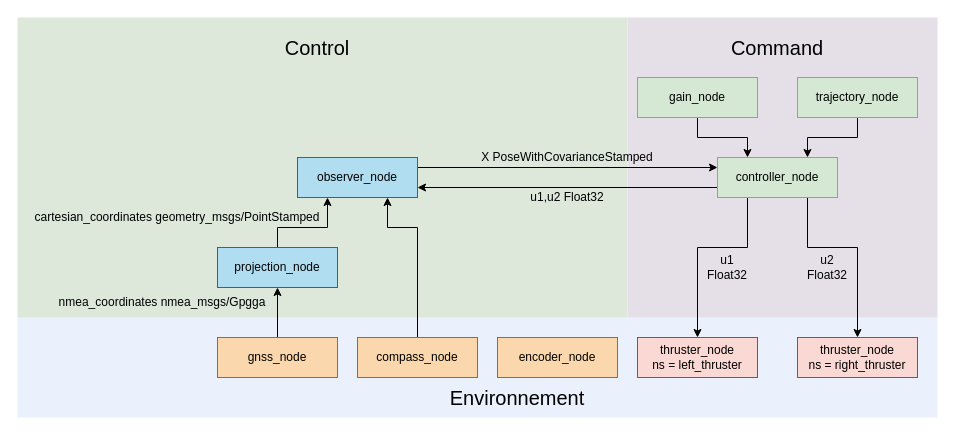
The draw.io diagram doc/DDBot.drawio in Jules-Berhault/ddbot, before the edit. Source tidied: cells renumbered, new cells numbered last; positions are measured from the earlier drawing's top-left corner, leaving out a move shared by most shapes. Both pictures are drawn from the tidied source at 100%, with x=0, y=0 at pixel (17, 17).
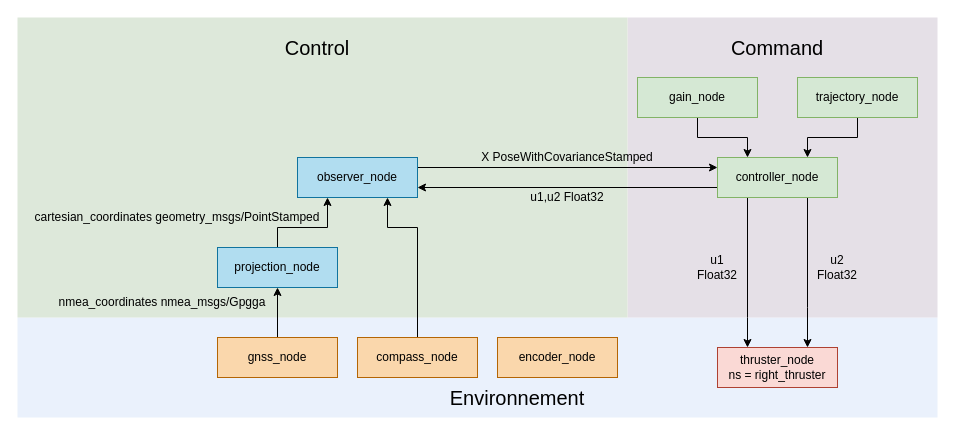
Above is the later version.

The change refers to these unchanged cells:
```xml
<mxCell id="18" value="controller_node" style="rounded=0;whiteSpace=wrap;html=1;fillColor=#d5e8d4;strokeColor=#82b366;" parent="1" vertex="1">
  <mxGeometry x="700" y="140" width="120" height="40" as="geometry" />
</mxCell>
```

Change to the diagram source:
```diff
@@
-    <mxCell id="9" value="thruster_node&lt;br&gt;ns = left_thruster" style="rounded=0;whiteSpace=wrap;html=1;fillColor=#fad9d5;strokeColor=#ae4132;" parent="1" vertex="1">
-      <mxGeometry x="620" y="320" width="120" height="40" as="geometry" />
-    </mxCell>
     <mxCell id="10" value="thruster_node&lt;br&gt;ns = right_thruster" style="rounded=0;whiteSpace=wrap;html=1;fillColor=#fad9d5;strokeColor=#ae4132;" parent="1" vertex="1">
-      <mxGeometry x="780" y="320" width="120" height="40" as="geometry" />
+      <mxGeometry x="700" y="330" width="120" height="40" as="geometry" />
     </mxCell>
@@
-    <mxCell id="15" style="edgeStyle=orthogonalEdgeStyle;rounded=0;jettySize=auto;html=1;exitX=0.25;exitY=1;exitDx=0;exitDy=0;entryX=0.5;entryY=0;entryDx=0;entryDy=0;" parent="1" edge="1" source="18" target="9">
+    <mxCell id="15" style="edgeStyle=orthogonalEdgeStyle;rounded=0;jettySize=auto;html=1;exitX=0.25;exitY=1;exitDx=0;exitDy=0;entryX=0.25;entryY=0;entryDx=0;entryDy=0;" parent="1" edge="1" source="18" target="10">
       <mxGeometry relative="1" as="geometry">
         <Array as="points">
-          <mxPoint x="730" y="230" />
-          <mxPoint x="680" y="230" />
+          <mxPoint x="730" y="300" />
+          <mxPoint x="730" y="300" />
         </Array>
       </mxGeometry>
     </mxCell>
-    <mxCell id="16" style="edgeStyle=orthogonalEdgeStyle;rounded=0;jettySize=auto;html=1;exitX=0.75;exitY=1;exitDx=0;exitDy=0;entryX=0.5;entryY=0;entryDx=0;entryDy=0;" parent="1" edge="1" source="18" target="10">
+    <mxCell id="16" style="edgeStyle=orthogonalEdgeStyle;rounded=0;jettySize=auto;html=1;exitX=0.75;exitY=1;exitDx=0;exitDy=0;entryX=0.75;entryY=0;entryDx=0;entryDy=0;" parent="1" edge="1" source="18" target="10">
       <mxGeometry relative="1" as="geometry">
         <Array as="points">
-          <mxPoint x="790" y="230" />
-          <mxPoint x="840" y="230" />
+          <mxPoint x="790" y="290" />
+          <mxPoint x="790" y="290" />
         </Array>
       </mxGeometry>
     </mxCell>
@@
     <mxCell id="27" value="u1 Float32" style="text;html=1;strokeColor=none;fillColor=none;align=center;verticalAlign=middle;whiteSpace=wrap;rounded=0;" parent="1" vertex="1">
-      <mxGeometry x="690" y="240" width="40" height="20" as="geometry" />
+      <mxGeometry x="680" y="240" width="40" height="20" as="geometry" />
     </mxCell>
     <mxCell id="28" value="u2 Float32" style="text;html=1;strokeColor=none;fillColor=none;align=center;verticalAlign=middle;whiteSpace=wrap;rounded=0;" parent="1" vertex="1">
-      <mxGeometry x="790" y="240" width="40" height="20" as="geometry" />
+      <mxGeometry x="800" y="240" width="40" height="20" as="geometry" />
     </mxCell>
```
